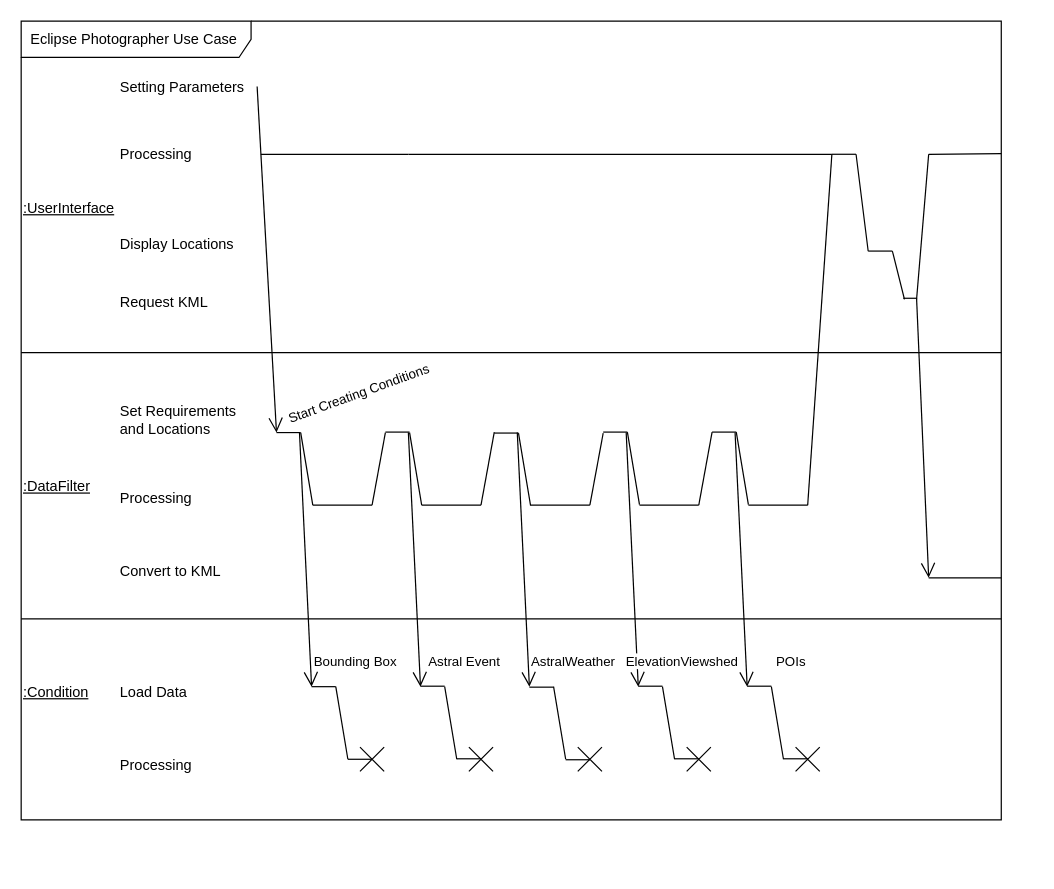
Earlier version of the draw.io diagram UML/DrawIO/TimingDiagram.drawio (ALEEF02/PrecisionLocationProcessor). Source tidied: cells renumbered, new cells numbered last; positions are measured from the earlier drawing's top-left corner, leaving out a move shared by most shapes. Both pictures are drawn from the tidied source at 121%, with x=0, y=0 at pixel (21, 21).
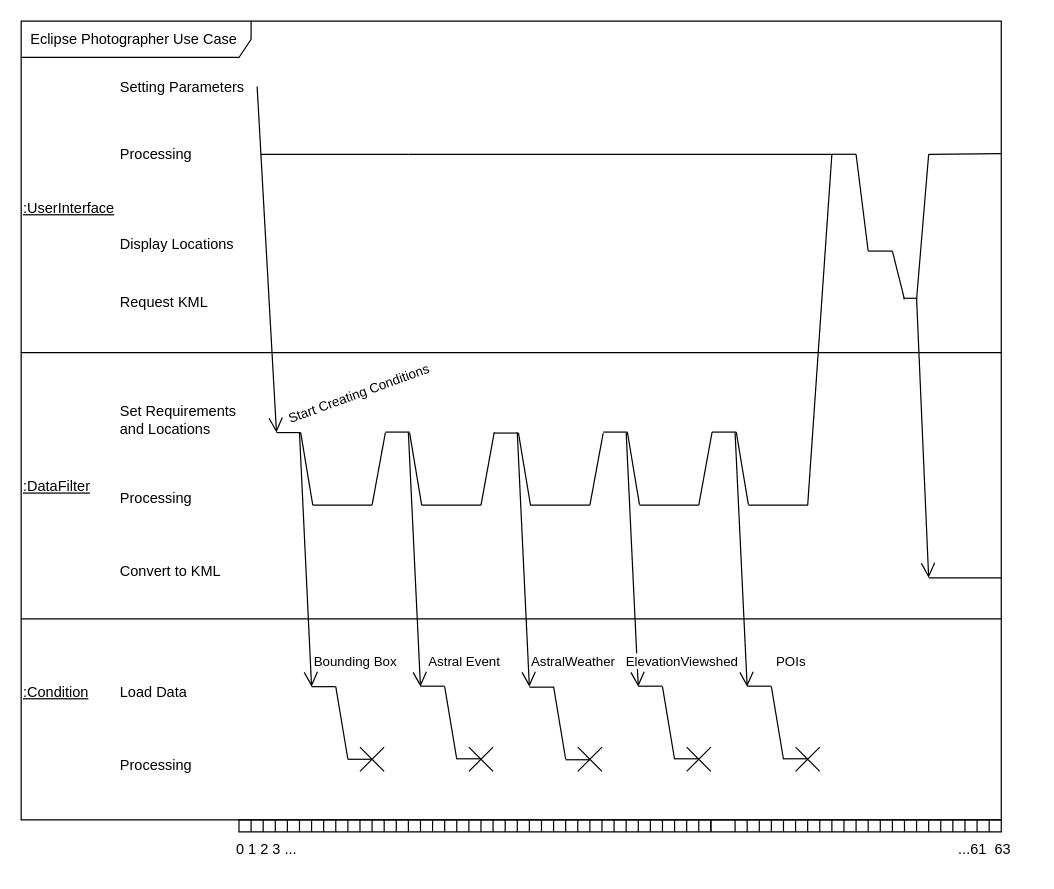
The same diagram, later.

Commit message:
Add timing marks

Diff of the diagram source:
```diff
@@
+    <mxCell id="80" style="shape=table;startSize=0;childLayout=tableLayout;strokeColor=default;swimlaneLine=1;fillColor=none;" parent="1" vertex="1">
+      <mxGeometry x="180" y="660" width="630" height="10" as="geometry" />
+    </mxCell>
+    <mxCell id="81" style="shape=tableRow;horizontal=0;startSize=0;swimlaneHead=0;swimlaneBody=0;strokeColor=inherit;top=0;left=0;bottom=0;right=0;fillColor=none;" parent="80" vertex="1">
+      <mxGeometry width="630" height="10" as="geometry" />
+    </mxCell>
+    <mxCell id="82" style="shape=partialRectangle;html=1;whiteSpace=wrap;strokeColor=inherit;overflow=hidden;fillColor=none;top=0;left=0;bottom=0;right=0;" parent="81" vertex="1">
+      <mxGeometry width="10" height="10" as="geometry" />
+    </mxCell>
+    <mxCell id="83" style="shape=partialRectangle;html=1;whiteSpace=wrap;strokeColor=inherit;overflow=hidden;fillColor=none;top=0;left=0;bottom=0;right=0;" parent="81" vertex="1">
+      <mxGeometry x="10" width="10" height="10" as="geometry" />
+    </mxCell>
+    <mxCell id="84" style="shape=partialRectangle;html=1;whiteSpace=wrap;strokeColor=inherit;overflow=hidden;fillColor=none;top=0;left=0;bottom=0;right=0;" parent="81" vertex="1">
+      <mxGeometry x="20" width="10" height="10" as="geometry" />
+    </mxCell>
+    <mxCell id="85" style="shape=partialRectangle;html=1;whiteSpace=wrap;strokeColor=inherit;overflow=hidden;fillColor=none;top=0;left=0;bottom=0;right=0;" parent="81" vertex="1">
+      <mxGeometry x="30" width="10" height="10" as="geometry" />
+    </mxCell>
+    <mxCell id="86" style="shape=partialRectangle;html=1;whiteSpace=wrap;strokeColor=inherit;overflow=hidden;fillColor=none;top=0;left=0;bottom=0;right=0;" parent="81" vertex="1">
+      <mxGeometry x="40" width="10" height="10" as="geometry" />
+    </mxCell>
+    <mxCell id="87" style="shape=partialRectangle;html=1;whiteSpace=wrap;strokeColor=inherit;overflow=hidden;fillColor=none;top=0;left=0;bottom=0;right=0;" parent="81" vertex="1">
+      <mxGeometry x="50" width="10" height="10" as="geometry" />
+    </mxCell>
+    <mxCell id="88" style="shape=partialRectangle;html=1;whiteSpace=wrap;strokeColor=inherit;overflow=hidden;fillColor=none;top=0;left=0;bottom=0;right=0;" parent="81" vertex="1">
+      <mxGeometry x="60" width="10" height="10" as="geometry" />
+    </mxCell>
+    <mxCell id="89" style="shape=partialRectangle;html=1;whiteSpace=wrap;strokeColor=inherit;overflow=hidden;fillColor=none;top=0;left=0;bottom=0;right=0;" parent="81" vertex="1">
+      <mxGeometry x="70" width="10" height="10" as="geometry" />
+    </mxCell>
+    <mxCell id="90" style="shape=partialRectangle;html=1;whiteSpace=wrap;strokeColor=inherit;overflow=hidden;fillColor=none;top=0;left=0;bottom=0;right=0;" parent="81" vertex="1">
+      <mxGeometry x="80" width="10" height="10" as="geometry" />
+    </mxCell>
+    <mxCell id="91" style="shape=partialRectangle;html=1;whiteSpace=wrap;strokeColor=inherit;overflow=hidden;fillColor=none;top=0;left=0;bottom=0;right=0;" parent="81" vertex="1">
+      <mxGeometry x="90" width="10" height="10" as="geometry" />
+    </mxCell>
+    <mxCell id="92" style="shape=partialRectangle;html=1;whiteSpace=wrap;strokeColor=inherit;overflow=hidden;fillColor=none;top=0;left=0;bottom=0;right=0;" parent="81" vertex="1">
+      <mxGeometry x="100" width="10" height="10" as="geometry" />
+    </mxCell>
+    <mxCell id="93" style="shape=partialRectangle;html=1;whiteSpace=wrap;strokeColor=inherit;overflow=hidden;fillColor=none;top=0;left=0;bottom=0;right=0;" parent="81" vertex="1">
+      <mxGeometry x="110" width="10" height="10" as="geometry" />
+    </mxCell>
+    <mxCell id="94" style="shape=partialRectangle;html=1;whiteSpace=wrap;strokeColor=inherit;overflow=hidden;fillColor=none;top=0;left=0;bottom=0;right=0;" parent="81" vertex="1">
+      <mxGeometry x="120" width="10" height="10" as="geometry" />
+    </mxCell>
+    <mxCell id="95" style="shape=partialRectangle;html=1;whiteSpace=wrap;strokeColor=inherit;overflow=hidden;fillColor=none;top=0;left=0;bottom=0;right=0;" parent="81" vertex="1">
+      <mxGeometry x="130" width="10" height="10" as="geometry" />
+    </mxCell>
+    <mxCell id="96" style="shape=partialRectangle;html=1;whiteSpace=wrap;strokeColor=inherit;overflow=hidden;fillColor=none;top=0;left=0;bottom=0;right=0;" parent="81" vertex="1">
+      <mxGeometry x="140" width="10" height="10" as="geometry" />
+    </mxCell>
+    <mxCell id="97" style="shape=partialRectangle;html=1;whiteSpace=wrap;strokeColor=inherit;overflow=hidden;fillColor=none;top=0;left=0;bottom=0;right=0;" parent="81" vertex="1">
+      <mxGeometry x="150" width="10" height="10" as="geometry" />
+    </mxCell>
+    <mxCell id="98" style="shape=partialRectangle;html=1;whiteSpace=wrap;strokeColor=inherit;overflow=hidden;fillColor=none;top=0;left=0;bottom=0;right=0;" parent="81" vertex="1">
+      <mxGeometry x="160" width="10" height="10" as="geometry" />
+    </mxCell>
+    <mxCell id="99" style="shape=partialRectangle;html=1;whiteSpace=wrap;strokeColor=inherit;overflow=hidden;fillColor=none;top=0;left=0;bottom=0;right=0;" parent="81" vertex="1">
+      <mxGeometry x="170" width="10" height="10" as="geometry" />
+    </mxCell>
+    <mxCell id="100" style="shape=partialRectangle;html=1;whiteSpace=wrap;strokeColor=inherit;overflow=hidden;fillColor=none;top=0;left=0;bottom=0;right=0;" parent="81" vertex="1">
+      <mxGeometry x="180" width="10" height="10" as="geometry" />
+    </mxCell>
+    <mxCell id="101" style="shape=partialRectangle;html=1;whiteSpace=wrap;strokeColor=inherit;overflow=hidden;fillColor=none;top=0;left=0;bottom=0;right=0;" parent="81" vertex="1">
+      <mxGeometry x="190" width="10" height="10" as="geometry" />
+    </mxCell>
+    <mxCell id="102" style="shape=partialRectangle;html=1;whiteSpace=wrap;strokeColor=inherit;overflow=hidden;fillColor=none;top=0;left=0;bottom=0;right=0;" parent="81" vertex="1">
+      <mxGeometry x="200" width="10" height="10" as="geometry" />
+    </mxCell>
+    <mxCell id="103" style="shape=partialRectangle;html=1;whiteSpace=wrap;strokeColor=inherit;overflow=hidden;fillColor=none;top=0;left=0;bottom=0;right=0;" parent="81" vertex="1">
+      <mxGeometry x="210" width="10" height="10" as="geometry" />
+    </mxCell>
+    <mxCell id="104" style="shape=partialRectangle;html=1;whiteSpace=wrap;strokeColor=inherit;overflow=hidden;fillColor=none;top=0;left=0;bottom=0;right=0;" parent="81" vertex="1">
+      <mxGeometry x="220" width="10" height="10" as="geometry" />
+    </mxCell>
+    <mxCell id="105" style="shape=partialRectangle;html=1;whiteSpace=wrap;strokeColor=inherit;overflow=hidden;fillColor=none;top=0;left=0;bottom=0;right=0;" parent="81" vertex="1">
+      <mxGeometry x="230" width="10" height="10" as="geometry" />
+    </mxCell>
+    <mxCell id="106" style="shape=partialRectangle;html=1;whiteSpace=wrap;strokeColor=inherit;overflow=hidden;fillColor=none;top=0;left=0;bottom=0;right=0;" parent="81" vertex="1">
+      <mxGeometry x="240" width="10" height="10" as="geometry" />
+    </mxCell>
+    <mxCell id="107" style="shape=partialRectangle;html=1;whiteSpace=wrap;strokeColor=inherit;overflow=hidden;fillColor=none;top=0;left=0;bottom=0;right=0;" parent="81" vertex="1">
+      <mxGeometry x="250" width="10" height="10" as="geometry" />
+    </mxCell>
+    <mxCell id="108" style="shape=partialRectangle;html=1;whiteSpace=wrap;strokeColor=inherit;overflow=hidden;fillColor=none;top=0;left=0;bottom=0;right=0;" parent="81" vertex="1">
+      <mxGeometry x="260" width="10" height="10" as="geometry" />
+    </mxCell>
+    <mxCell id="109" style="shape=partialRectangle;html=1;whiteSpace=wrap;strokeColor=inherit;overflow=hidden;fillColor=none;top=0;left=0;bottom=0;right=0;" parent="81" vertex="1">
+      <mxGeometry x="270" width="10" height="10" as="geometry" />
+    </mxCell>
+    <mxCell id="110" style="shape=partialRectangle;html=1;whiteSpace=wrap;strokeColor=inherit;overflow=hidden;fillColor=none;top=0;left=0;bottom=0;right=0;" parent="81" vertex="1">
+      <mxGeometry x="280" width="10" height="10" as="geometry" />
+    </mxCell>
+    <mxCell id="111" style="shape=partialRectangle;html=1;whiteSpace=wrap;strokeColor=inherit;overflow=hidden;fillColor=none;top=0;left=0;bottom=0;right=0;" parent="81" vertex="1">
+      <mxGeometry x="290" width="10" height="10" as="geometry" />
+    </mxCell>
+    <mxCell id="112" style="shape=partialRectangle;html=1;whiteSpace=wrap;strokeColor=inherit;overflow=hidden;fillColor=none;top=0;left=0;bottom=0;right=0;" parent="81" vertex="1">
+      <mxGeometry x="300" width="10" height="10" as="geometry" />
+    </mxCell>
+    <mxCell id="113" style="shape=partialRectangle;html=1;whiteSpace=wrap;strokeColor=inherit;overflow=hidden;fillColor=none;top=0;left=0;bottom=0;right=0;" parent="81" vertex="1">
+      <mxGeometry x="310" width="10" height="10" as="geometry" />
+    </mxCell>
+    <mxCell id="114" style="shape=partialRectangle;html=1;whiteSpace=wrap;strokeColor=inherit;overflow=hidden;fillColor=none;top=0;left=0;bottom=0;right=0;" parent="81" vertex="1">
+      <mxGeometry x="320" width="10" height="10" as="geometry" />
+    </mxCell>
+    <mxCell id="115" style="shape=partialRectangle;html=1;whiteSpace=wrap;strokeColor=inherit;overflow=hidden;fillColor=none;top=0;left=0;bottom=0;right=0;" parent="81" vertex="1">
+      <mxGeometry x="330" width="10" height="10" as="geometry" />
+    </mxCell>
+    <mxCell id="116" style="shape=partialRectangle;html=1;whiteSpace=wrap;strokeColor=inherit;overflow=hidden;fillColor=none;top=0;left=0;bottom=0;right=0;" parent="81" vertex="1">
+      <mxGeometry x="340" width="10" height="10" as="geometry" />
+    </mxCell>
+    <mxCell id="117" style="shape=partialRectangle;html=1;whiteSpace=wrap;strokeColor=inherit;overflow=hidden;fillColor=none;top=0;left=0;bottom=0;right=0;" parent="81" vertex="1">
+      <mxGeometry x="350" width="10" height="10" as="geometry" />
+    </mxCell>
+    <mxCell id="118" style="shape=partialRectangle;html=1;whiteSpace=wrap;strokeColor=inherit;overflow=hidden;fillColor=none;top=0;left=0;bottom=0;right=0;" parent="81" vertex="1">
+      <mxGeometry x="360" width="10" height="10" as="geometry" />
+    </mxCell>
+    <mxCell id="119" style="shape=partialRectangle;html=1;whiteSpace=wrap;strokeColor=inherit;overflow=hidden;fillColor=none;top=0;left=0;bottom=0;right=0;" parent="81" vertex="1">
+      <mxGeometry x="370" width="10" height="10" as="geometry" />
+    </mxCell>
+    <mxCell id="120" style="shape=partialRectangle;html=1;whiteSpace=wrap;strokeColor=inherit;overflow=hidden;fillColor=none;top=0;left=0;bottom=0;right=0;" parent="81" vertex="1">
+      <mxGeometry x="380" width="10" height="10" as="geometry" />
+    </mxCell>
+    <mxCell id="121" style="shape=partialRectangle;html=1;whiteSpace=wrap;strokeColor=inherit;overflow=hidden;fillColor=none;top=0;left=0;bottom=0;right=0;" parent="81" vertex="1">
+      <mxGeometry x="390" height="10" as="geometry" />
+    </mxCell>
+    <mxCell id="122" style="shape=partialRectangle;html=1;whiteSpace=wrap;strokeColor=inherit;overflow=hidden;fillColor=none;top=0;left=0;bottom=0;right=0;" parent="81" vertex="1">
+      <mxGeometry x="390" width="20" height="10" as="geometry" />
+    </mxCell>
+    <mxCell id="123" style="shape=partialRectangle;html=1;whiteSpace=wrap;strokeColor=inherit;overflow=hidden;fillColor=none;top=0;left=0;bottom=0;right=0;" parent="81" vertex="1">
+      <mxGeometry x="410" width="10" height="10" as="geometry" />
+    </mxCell>
+    <mxCell id="124" style="shape=partialRectangle;html=1;whiteSpace=wrap;strokeColor=inherit;overflow=hidden;fillColor=none;top=0;left=0;bottom=0;right=0;" parent="81" vertex="1">
+      <mxGeometry x="420" width="10" height="10" as="geometry" />
+    </mxCell>
+    <mxCell id="125" style="shape=partialRectangle;html=1;whiteSpace=wrap;strokeColor=inherit;overflow=hidden;fillColor=none;top=0;left=0;bottom=0;right=0;" parent="81" vertex="1">
+      <mxGeometry x="430" width="10" height="10" as="geometry" />
+    </mxCell>
+    <mxCell id="126" style="shape=partialRectangle;html=1;whiteSpace=wrap;strokeColor=inherit;overflow=hidden;fillColor=none;top=0;left=0;bottom=0;right=0;" parent="81" vertex="1">
+      <mxGeometry x="440" width="10" height="10" as="geometry" />
+    </mxCell>
+    <mxCell id="127" style="shape=partialRectangle;html=1;whiteSpace=wrap;strokeColor=inherit;overflow=hidden;fillColor=none;top=0;left=0;bottom=0;right=0;" parent="81" vertex="1">
+      <mxGeometry x="450" width="10" height="10" as="geometry" />
+    </mxCell>
+    <mxCell id="128" style="shape=partialRectangle;html=1;whiteSpace=wrap;strokeColor=inherit;overflow=hidden;fillColor=none;top=0;left=0;bottom=0;right=0;" parent="81" vertex="1">
+      <mxGeometry x="460" width="10" height="10" as="geometry" />
+    </mxCell>
+    <mxCell id="129" style="shape=partialRectangle;html=1;whiteSpace=wrap;strokeColor=inherit;overflow=hidden;fillColor=none;top=0;left=0;bottom=0;right=0;" parent="81" vertex="1">
+      <mxGeometry x="470" width="10" height="10" as="geometry" />
+    </mxCell>
+    <mxCell id="130" style="shape=partialRectangle;html=1;whiteSpace=wrap;strokeColor=inherit;overflow=hidden;fillColor=none;top=0;left=0;bottom=0;right=0;" parent="81" vertex="1">
+      <mxGeometry x="480" width="10" height="10" as="geometry" />
+    </mxCell>
+    <mxCell id="131" style="shape=partialRectangle;html=1;whiteSpace=wrap;strokeColor=inherit;overflow=hidden;fillColor=none;top=0;left=0;bottom=0;right=0;" parent="81" vertex="1">
+      <mxGeometry x="490" width="10" height="10" as="geometry" />
+    </mxCell>
+    <mxCell id="132" style="shape=partialRectangle;html=1;whiteSpace=wrap;strokeColor=inherit;overflow=hidden;fillColor=none;top=0;left=0;bottom=0;right=0;" parent="81" vertex="1">
+      <mxGeometry x="500" width="10" height="10" as="geometry" />
+    </mxCell>
+    <mxCell id="133" style="shape=partialRectangle;html=1;whiteSpace=wrap;strokeColor=inherit;overflow=hidden;fillColor=none;top=0;left=0;bottom=0;right=0;" parent="81" vertex="1">
+      <mxGeometry x="510" width="10" height="10" as="geometry" />
+    </mxCell>
+    <mxCell id="134" style="shape=partialRectangle;html=1;whiteSpace=wrap;strokeColor=inherit;overflow=hidden;fillColor=none;top=0;left=0;bottom=0;right=0;" parent="81" vertex="1">
+      <mxGeometry x="520" width="10" height="10" as="geometry" />
+    </mxCell>
+    <mxCell id="135" style="shape=partialRectangle;html=1;whiteSpace=wrap;strokeColor=inherit;overflow=hidden;fillColor=none;top=0;left=0;bottom=0;right=0;" parent="81" vertex="1">
+      <mxGeometry x="530" width="10" height="10" as="geometry" />
+    </mxCell>
+    <mxCell id="136" style="shape=partialRectangle;html=1;whiteSpace=wrap;strokeColor=inherit;overflow=hidden;fillColor=none;top=0;left=0;bottom=0;right=0;" parent="81" vertex="1">
+      <mxGeometry x="540" width="10" height="10" as="geometry" />
+    </mxCell>
+    <mxCell id="137" style="shape=partialRectangle;html=1;whiteSpace=wrap;strokeColor=inherit;overflow=hidden;fillColor=none;top=0;left=0;bottom=0;right=0;" parent="81" vertex="1">
+      <mxGeometry x="550" width="10" height="10" as="geometry" />
+    </mxCell>
+    <mxCell id="138" style="shape=partialRectangle;html=1;whiteSpace=wrap;strokeColor=inherit;overflow=hidden;fillColor=none;top=0;left=0;bottom=0;right=0;" parent="81" vertex="1">
+      <mxGeometry x="560" width="10" height="10" as="geometry" />
+    </mxCell>
+    <mxCell id="139" style="shape=partialRectangle;html=1;whiteSpace=wrap;strokeColor=inherit;overflow=hidden;fillColor=none;top=0;left=0;bottom=0;right=0;" parent="81" vertex="1">
+      <mxGeometry x="570" width="10" height="10" as="geometry" />
+    </mxCell>
+    <mxCell id="140" style="shape=partialRectangle;html=1;whiteSpace=wrap;strokeColor=inherit;overflow=hidden;fillColor=none;top=0;left=0;bottom=0;right=0;" parent="81" vertex="1">
+      <mxGeometry x="580" width="10" height="10" as="geometry" />
+    </mxCell>
+    <mxCell id="141" style="shape=partialRectangle;html=1;whiteSpace=wrap;strokeColor=inherit;overflow=hidden;fillColor=none;top=0;left=0;bottom=0;right=0;" parent="81" vertex="1">
+      <mxGeometry x="590" width="10" height="10" as="geometry" />
+    </mxCell>
+    <mxCell id="142" style="shape=partialRectangle;html=1;whiteSpace=wrap;strokeColor=inherit;overflow=hidden;fillColor=none;top=0;left=0;bottom=0;right=0;" parent="81" vertex="1">
+      <mxGeometry x="600" width="10" height="10" as="geometry" />
+    </mxCell>
+    <mxCell id="143" style="shape=partialRectangle;html=1;whiteSpace=wrap;strokeColor=inherit;overflow=hidden;fillColor=none;top=0;left=0;bottom=0;right=0;" parent="81" vertex="1">
+      <mxGeometry x="610" width="10" height="10" as="geometry" />
+    </mxCell>
+    <mxCell id="144" style="shape=partialRectangle;html=1;whiteSpace=wrap;strokeColor=inherit;overflow=hidden;fillColor=none;top=0;left=0;bottom=0;right=0;" parent="81" vertex="1">
+      <mxGeometry x="620" width="10" height="10" as="geometry" />
+    </mxCell>
+    <mxCell id="145" value="0 1 2 3 ...&amp;nbsp; &amp;nbsp; &amp;nbsp; &amp;nbsp; &amp;nbsp; &amp;nbsp; &amp;nbsp; &amp;nbsp; &amp;nbsp; &amp;nbsp; &amp;nbsp; &amp;nbsp; &amp;nbsp; &amp;nbsp; &amp;nbsp; &amp;nbsp; &amp;nbsp; &amp;nbsp; &amp;nbsp; &amp;nbsp; &amp;nbsp; &amp;nbsp; &amp;nbsp; &amp;nbsp; &amp;nbsp; &amp;nbsp; &amp;nbsp; &amp;nbsp; &amp;nbsp; &amp;nbsp; &amp;nbsp; &amp;nbsp; &amp;nbsp; &amp;nbsp; &amp;nbsp; &amp;nbsp; &amp;nbsp; &amp;nbsp; &amp;nbsp; &amp;nbsp; &amp;nbsp; &amp;nbsp; &amp;nbsp; &amp;nbsp; &amp;nbsp; &amp;nbsp; &amp;nbsp; &amp;nbsp; &amp;nbsp; &amp;nbsp; &amp;nbsp; &amp;nbsp; &amp;nbsp; &amp;nbsp; &amp;nbsp; &amp;nbsp; &amp;nbsp; &amp;nbsp; &amp;nbsp; &amp;nbsp; &amp;nbsp; &amp;nbsp; &amp;nbsp; &amp;nbsp; &amp;nbsp; &amp;nbsp; &amp;nbsp; &amp;nbsp; &amp;nbsp; &amp;nbsp; &amp;nbsp; &amp;nbsp; &amp;nbsp; &amp;nbsp; &amp;nbsp; &amp;nbsp; &amp;nbsp; &amp;nbsp; &amp;nbsp; &amp;nbsp; &amp;nbsp; &amp;nbsp; ...61&amp;nbsp; 63" style="text;html=1;align=left;verticalAlign=middle;strokeColor=none;fillColor=none;" parent="1" vertex="1">
+      <mxGeometry x="176" y="670" width="660" height="30" as="geometry" />
+    </mxCell>
```
